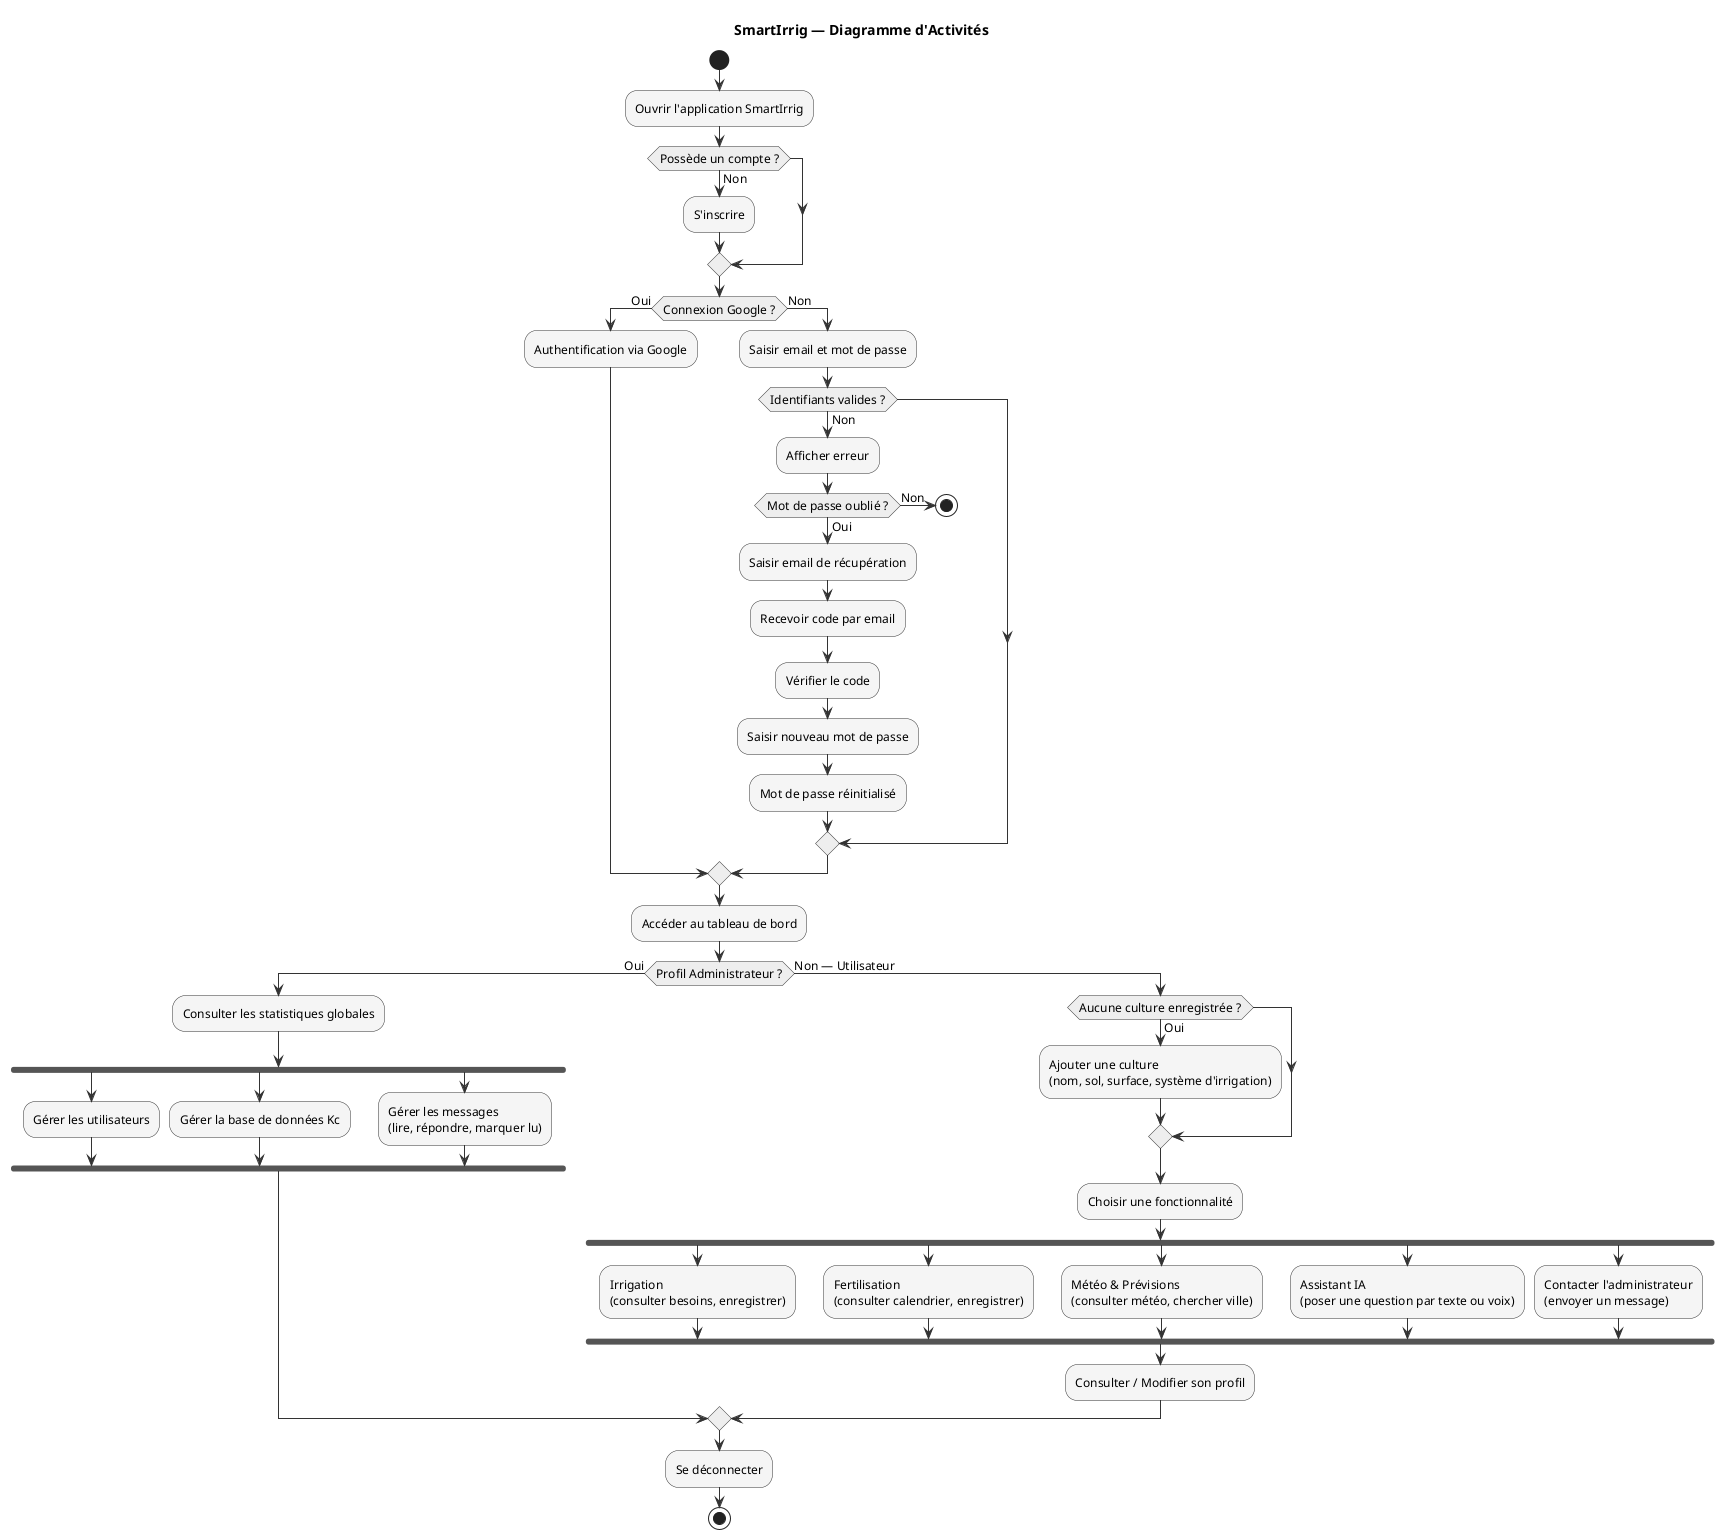
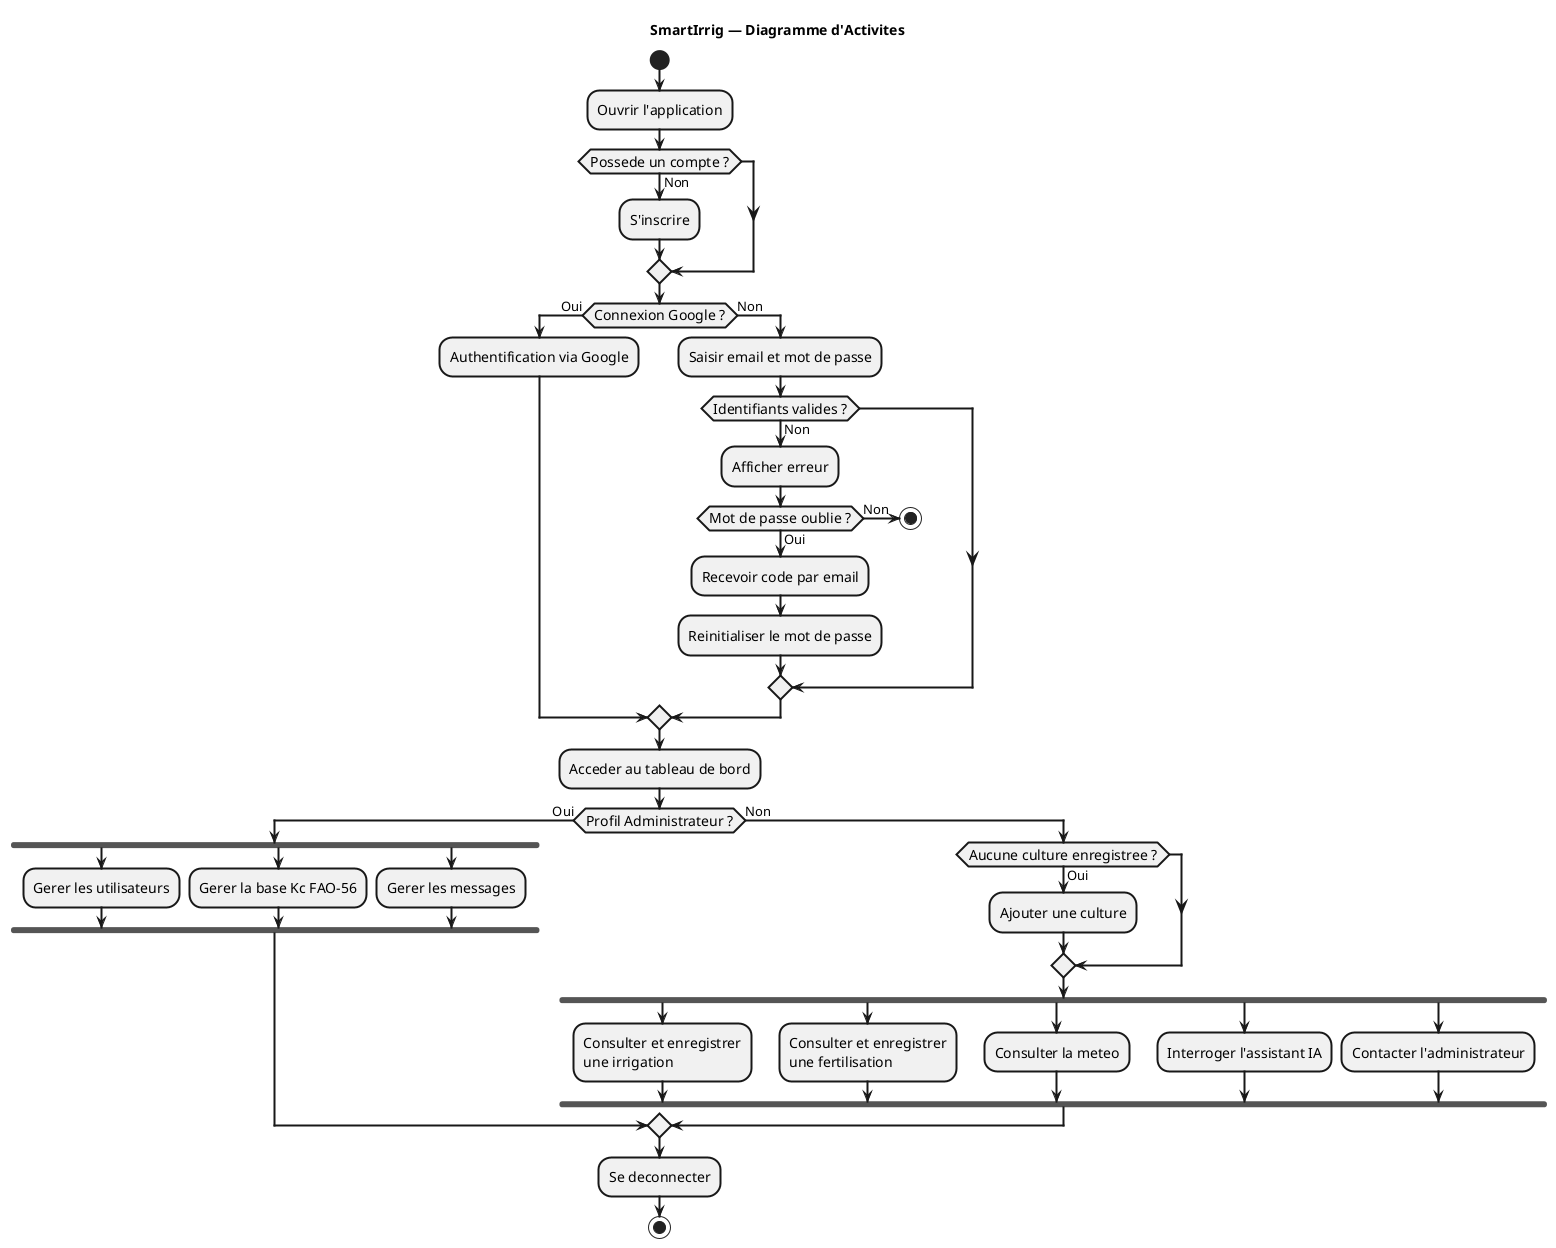
@startuml SmartIrrig_Activite

skinparam monochrome true
skinparam shadowing false
- skinparam defaultFontName Arial
- skinparam defaultFontSize 12
- skinparam ArrowColor #333333
- skinparam ActivityBorderColor #333333
- skinparam ActivityBackgroundColor #f5f5f5
- skinparam ActivityDiamondBackgroundColor #eeeeee
+ skinparam defaultFontSize 14
+ skinparam ArrowFontSize 13
+ skinparam ArrowThickness 2
+ skinparam ActivityBorderThickness 2
+ skinparam nodesep 50
+ skinparam ranksep 60

- title SmartIrrig — Diagramme d'Activités
+ title SmartIrrig — Diagramme d'Activites

start

- :Ouvrir l'application SmartIrrig;
+ :Ouvrir l'application;

- if (Possède un compte ?) then (Non)
+ if (Possede un compte ?) then (Non)
  :S'inscrire;
endif

if (Connexion Google ?) then (Oui)
  :Authentification via Google;
else (Non)
  :Saisir email et mot de passe;
  if (Identifiants valides ?) then (Non)
    :Afficher erreur;
-     if (Mot de passe oublié ?) then (Oui)
-       :Saisir email de récupération;
+     if (Mot de passe oublie ?) then (Oui)
      :Recevoir code par email;
-       :Vérifier le code;
-       :Saisir nouveau mot de passe;
-       :Mot de passe réinitialisé;
+       :Reinitialiser le mot de passe;
    else (Non)
      stop
    endif
  endif
endif

- :Accéder au tableau de bord;
+ :Acceder au tableau de bord;

if (Profil Administrateur ?) then (Oui)

-   :Consulter les statistiques globales;
+   fork
+     :Gerer les utilisateurs;
+   fork again
+     :Gerer la base Kc FAO-56;
+   fork again
+     :Gerer les messages;
+   end fork
+ 
+ else (Non)
+ 
+   if (Aucune culture enregistree ?) then (Oui)
+     :Ajouter une culture;
+   endif

  fork
-     :Gérer les utilisateurs;
+     :Consulter et enregistrer\nune irrigation;
  fork again
-     :Gérer la base de données Kc;
+     :Consulter et enregistrer\nune fertilisation;
  fork again
-     :Gérer les messages\n(lire, répondre, marquer lu);
+     :Consulter la meteo;
+   fork again
+     :Interroger l'assistant IA;
+   fork again
+     :Contacter l'administrateur;
  end fork
- 
- else (Non — Utilisateur)
- 
-   if (Aucune culture enregistrée ?) then (Oui)
-     :Ajouter une culture\n(nom, sol, surface, système d'irrigation);
-   endif
- 
-   :Choisir une fonctionnalité;
- 
-   fork
-     :Irrigation\n(consulter besoins, enregistrer);
-   fork again
-     :Fertilisation\n(consulter calendrier, enregistrer);
-   fork again
-     :Météo & Prévisions\n(consulter météo, chercher ville);
-   fork again
-     :Assistant IA\n(poser une question par texte ou voix);
-   fork again
-     :Contacter l'administrateur\n(envoyer un message);
-   end fork
- 
-   :Consulter / Modifier son profil;

endif

- :Se déconnecter;
+ :Se deconnecter;

stop

- @enduml
+ @enduml